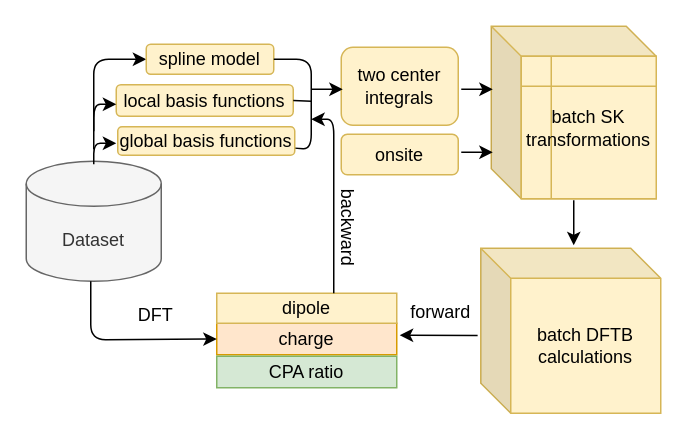
Above: Untitled Diagram.drawio in FanGuozheng/dftbpy (draw.io), before the change. Source tidied: cells renumbered, new cells numbered last; positions are measured from the earlier drawing's top-left corner, leaving out a move shared by most shapes. Both pictures are drawn from the tidied source at 150%, with x=0, y=0 at pixel (26, 26).
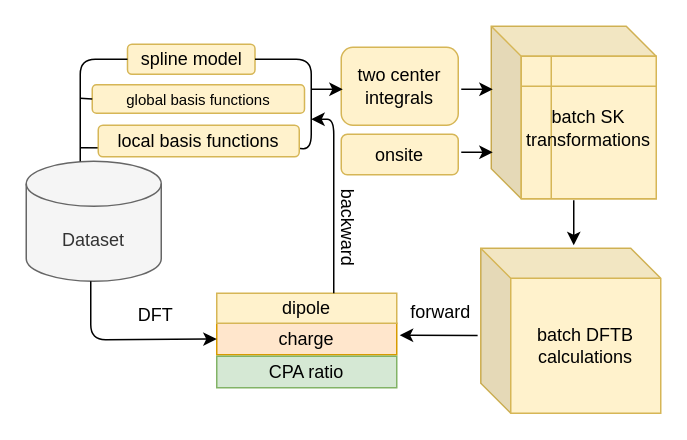
Above is the later version.

The edit, as a diff of the source:
```diff
@@
-    <mxCell id="3" value="local basis functions" style="rounded=1;whiteSpace=wrap;html=1;fillColor=#fff2cc;strokeColor=#d6b656;" parent="1" vertex="1">
-      <mxGeometry x="60" y="39" width="118" height="21" as="geometry" />
-    </mxCell>
@@
-    <mxCell id="10" style="endArrow=classic;html=1;" parent="1" edge="1">
-      <mxGeometry relative="1" as="geometry">
-        <mxPoint x="45" y="92" as="sourcePoint" />
-        <mxPoint x="60" y="78" as="targetPoint" />
-        <Array as="points">
-          <mxPoint x="45" y="78" />
-        </Array>
-      </mxGeometry>
-    </mxCell>
@@
-    <mxCell id="18" style="endArrow=classic;html=1;" parent="1" edge="1">
-      <mxGeometry relative="1" as="geometry">
-        <mxPoint x="45" y="82" as="sourcePoint" />
-        <mxPoint x="80" y="22" as="targetPoint" />
-        <Array as="points">
-          <mxPoint x="45" y="22" />
-        </Array>
-      </mxGeometry>
-    </mxCell>
     <mxCell id="19" value="spline model" style="rounded=1;whiteSpace=wrap;html=1;fillColor=#fff2cc;strokeColor=#d6b656;" parent="1" vertex="1">
-      <mxGeometry x="80" y="12" width="85" height="20" as="geometry" />
+      <mxGeometry x="67.5" y="12" width="85" height="20" as="geometry" />
     </mxCell>
-    <mxCell id="20" style="endArrow=none;html=1;entryX=1;entryY=0.5;entryDx=0;entryDy=0;exitX=1;exitY=0.75;exitDx=0;exitDy=0;" parent="1" edge="1" source="26" target="19">
+    <mxCell id="20" style="endArrow=none;html=1;entryX=1;entryY=0.5;entryDx=0;entryDy=0;exitX=1;exitY=0.75;exitDx=0;exitDy=0;" parent="1" edge="1" target="19">
       <mxGeometry relative="1" as="geometry">
+        <mxPoint x="179" y="81.2" as="sourcePoint" />
         <Array as="points">
           <mxPoint x="190" y="82" />
           <mxPoint x="190" y="22" />
         </Array>
       </mxGeometry>
     </mxCell>
@@
-    <mxCell id="26" value="global basis functions" style="rounded=1;whiteSpace=wrap;html=1;fillColor=#fff2cc;strokeColor=#d6b656;" parent="1" vertex="1">
-      <mxGeometry x="61" y="67" width="118" height="19" as="geometry" />
+    <mxCell id="26" value="&lt;p style=&quot;line-height: 1.2; font-size: 10px;&quot;&gt;global basis functions&lt;/p&gt;" style="rounded=1;whiteSpace=wrap;html=1;fillColor=#fff2cc;strokeColor=#d6b656;" parent="1" vertex="1">
+      <mxGeometry x="44" y="39" width="141.5" height="19" as="geometry" />
     </mxCell>
-    <mxCell id="27" style="endArrow=classic;html=1;" parent="1" edge="1">
-      <mxGeometry relative="1" as="geometry">
-        <mxPoint x="45" y="70" as="sourcePoint" />
-        <mxPoint x="60" y="52" as="targetPoint" />
-        <Array as="points">
-          <mxPoint x="45" y="52" />
-        </Array>
-      </mxGeometry>
-    </mxCell>
-    <mxCell id="28" style="endArrow=none;html=1;rounded=0;exitX=1;exitY=0.5;exitDx=0;exitDy=0;" parent="1" edge="1" source="3">
-      <mxGeometry relative="1" as="geometry">
-        <mxPoint x="190" y="50" as="targetPoint" />
-      </mxGeometry>
-    </mxCell>
+    <mxCell id="29" style="endArrow=none;html=1;entryX=0;entryY=0.5;entryDx=0;entryDy=0;" parent="1" edge="1" target="19">
+      <mxGeometry relative="1" as="geometry">
+        <mxPoint x="36" y="90" as="sourcePoint" />
+        <Array as="points">
+          <mxPoint x="36" y="22" />
+        </Array>
+      </mxGeometry>
+    </mxCell>
+    <mxCell id="30" style="endArrow=none;html=1;rounded=0;fontSize=10;exitX=0;exitY=0.5;exitDx=0;exitDy=0;" parent="1" edge="1" source="26">
+      <mxGeometry relative="1" as="geometry">
+        <mxPoint x="36" y="48" as="targetPoint" />
+      </mxGeometry>
+    </mxCell>
+    <mxCell id="31" style="endArrow=none;html=1;rounded=0;fontSize=10;exitX=1;exitY=0.5;exitDx=0;exitDy=0;" parent="1" edge="1">
+      <mxGeometry relative="1" as="geometry">
+        <mxPoint x="176" y="81.5" as="sourcePoint" />
+        <mxPoint x="36" y="81" as="targetPoint" />
+      </mxGeometry>
+    </mxCell>
+    <mxCell id="3" value="local basis functions" style="rounded=1;whiteSpace=wrap;html=1;fillColor=#fff2cc;strokeColor=#d6b656;" parent="1" vertex="1">
+      <mxGeometry x="48" y="66" width="134" height="21" as="geometry" />
+    </mxCell>
```
